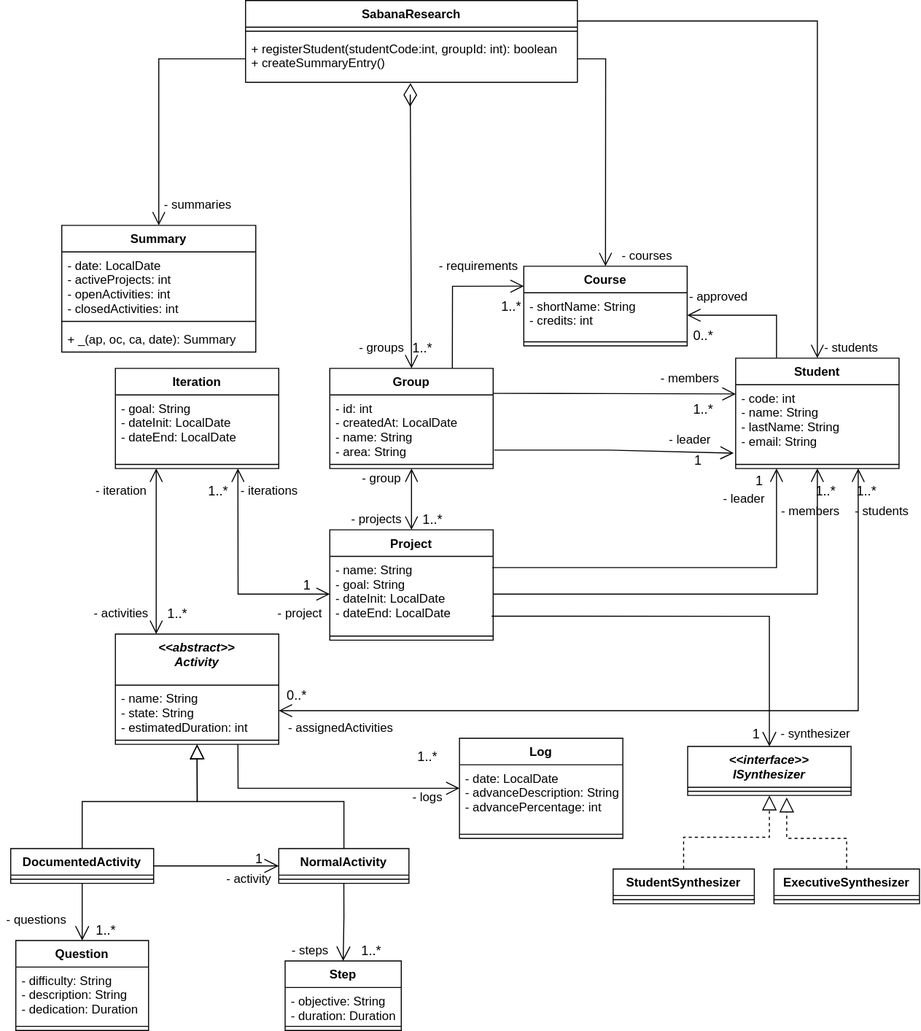
Above: img/class-diagram.svg in Sanbarrera9090/Parcial2 (draw.io), before the change. Source tidied: cells renumbered, new cells last; positions are measured from the earlier drawing's top-left corner, leaving out a move shared by most shapes.
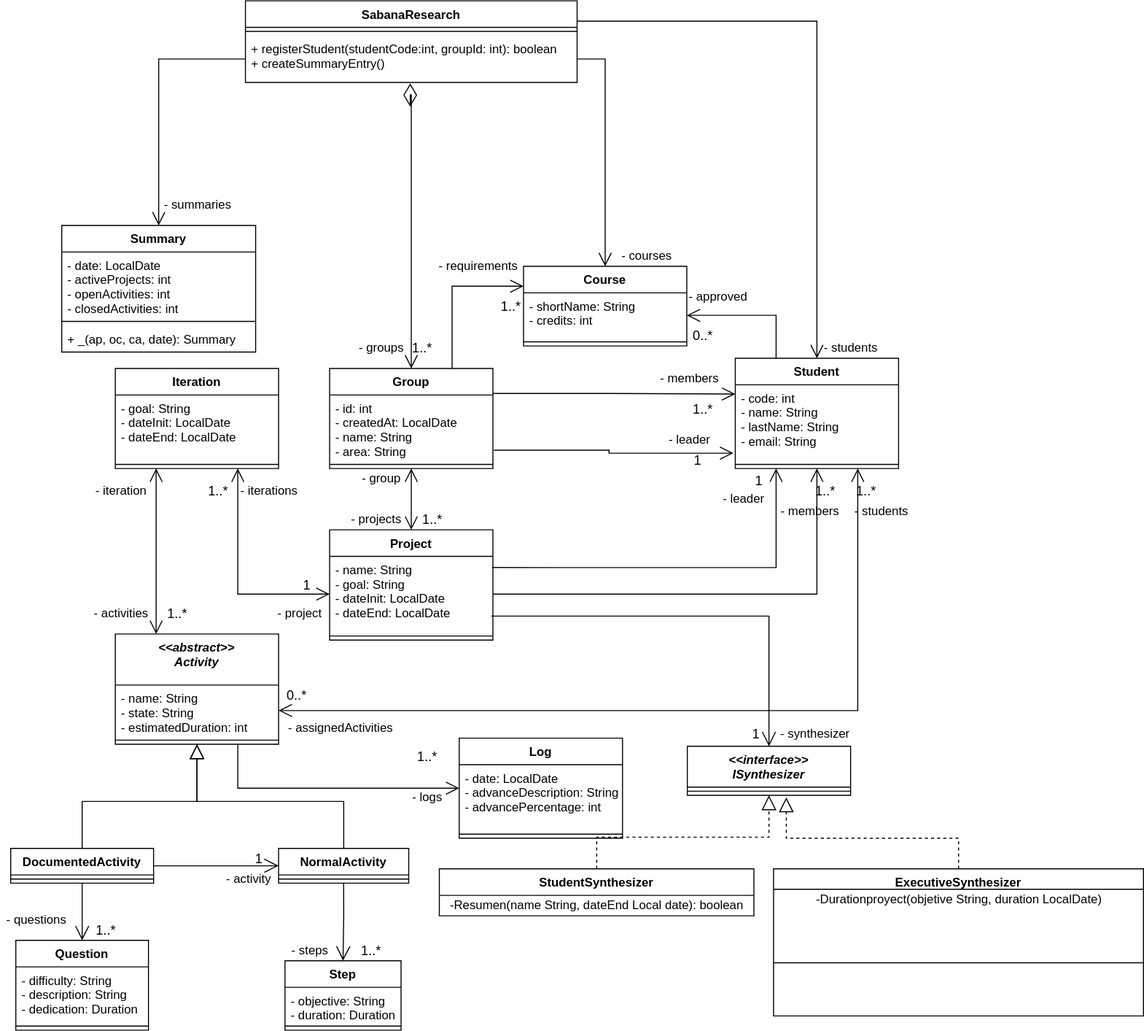
Later version of the same file.

Diff of the diagram source:
```diff
@@ -308,21 +308,24 @@
       <mxGeometry relative="1" as="geometry" />
     </mxCell>
     <mxCell id="102" value="StudentSynthesizer" style="swimlane;fontStyle=1;align=center;verticalAlign=top;horizontal=1;startSize=26;" parent="1" vertex="1">
-      <mxGeometry x="600" y="850" width="138.2" height="34" as="geometry" />
+      <mxGeometry x="430" y="850" width="308.2" height="46" as="geometry" />
     </mxCell>
-    <mxCell id="103" style="line;strokeWidth=1;fillColor=none;align=left;verticalAlign=middle;spacingTop=-1;spacingLeft=3;spacingRight=3;labelPosition=right;" parent="102" vertex="1">
-      <mxGeometry y="26" width="138.2" height="8" as="geometry" />
-    </mxCell>
+    <mxCell id="110" value="-Resumen(name String, dateEnd Local date): boolean" style="text;html=1;align=center;verticalAlign=middle;" parent="102" vertex="1">
+      <mxGeometry y="26" width="308.2" height="20" as="geometry" />
+    </mxCell>
     <mxCell id="104" style="edgeStyle=orthogonalEdgeStyle;rounded=0;jettySize=auto;html=1;dashed=1;endArrow=block;endFill=0;endSize=12;" parent="1" edge="1" source="105">
       <mxGeometry relative="1" as="geometry">
         <mxPoint x="770" y="780" as="targetPoint" />
       </mxGeometry>
     </mxCell>
-    <mxCell id="105" value="ExecutiveSynthesizer" style="swimlane;fontStyle=1;align=center;verticalAlign=top;horizontal=1;startSize=26;" parent="1" vertex="1">
-      <mxGeometry x="757.5" y="850" width="142.5" height="34" as="geometry" />
+    <mxCell id="105" value="ExecutiveSynthesizer" style="swimlane;fontStyle=1;align=center;verticalAlign=top;horizontal=1;startSize=20;" parent="1" vertex="1">
+      <mxGeometry x="757.5" y="850" width="362.5" height="144" as="geometry" />
     </mxCell>
+    <mxCell id="111" value="-Durationproyect(objetive String, duration LocalDate)" style="text;html=1;align=center;verticalAlign=middle;" parent="105" vertex="1">
+      <mxGeometry y="20" width="362.5" height="20" as="geometry" />
+    </mxCell>
     <mxCell id="106" style="line;strokeWidth=1;fillColor=none;align=left;verticalAlign=middle;spacingTop=-1;spacingLeft=3;spacingRight=3;labelPosition=right;" parent="105" vertex="1">
-      <mxGeometry y="26" width="142.5" height="8" as="geometry" />
+      <mxGeometry y="40" width="362.5" height="104" as="geometry" />
     </mxCell>
     <mxCell id="107" style="edgeStyle=orthogonalEdgeStyle;rounded=0;jettySize=auto;html=1;entryX=0.5;entryY=0;entryDx=0;entryDy=0;endArrow=open;endFill=0;endSize=12;exitX=0.99;exitY=0.791;exitDx=0;exitDy=0;exitPerimeter=0;" parent="1" edge="1" source="21" target="99">
       <mxGeometry relative="1" as="geometry" />
```
